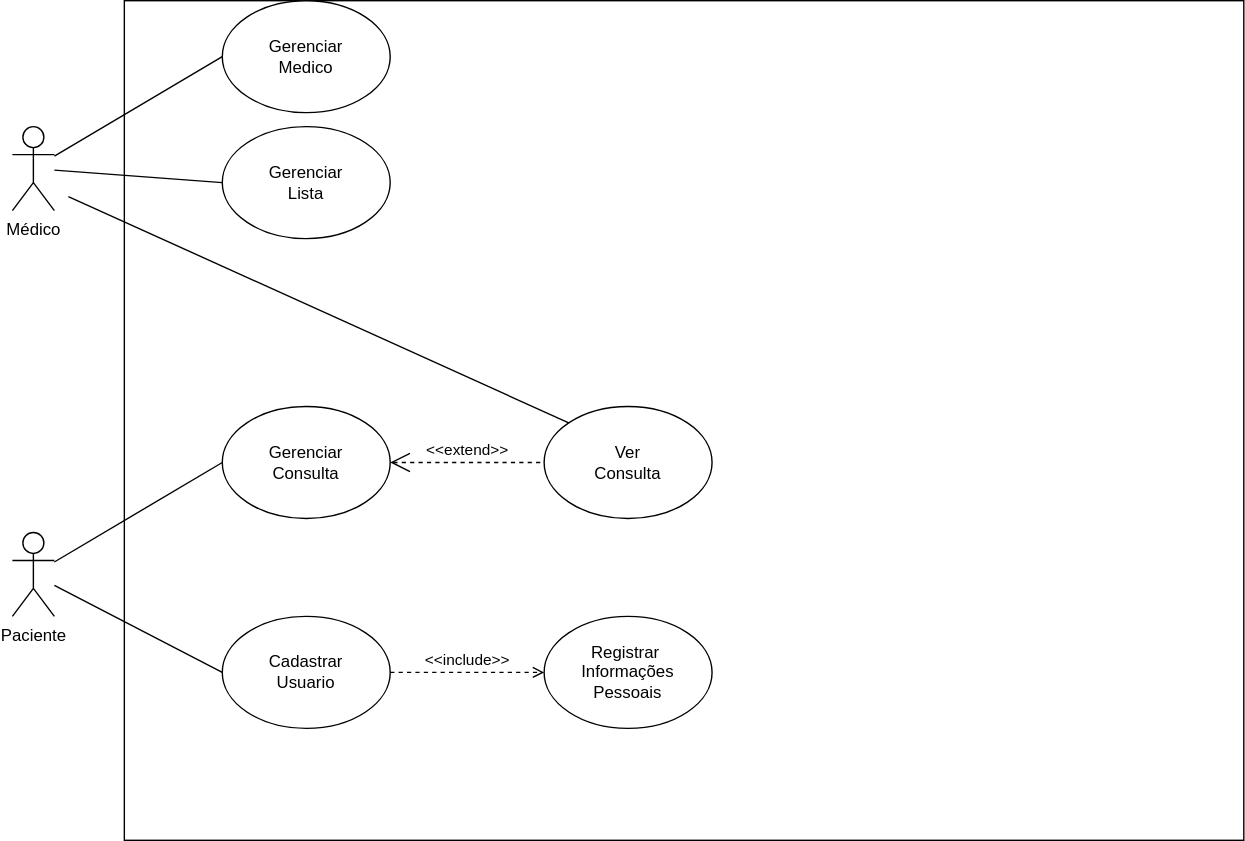
cassiovittori/Projeto_MPS keeps this draw.io diagram as Projeto_MPS/Diagramas/CasosDeUso.svg. Above is the earlier version. Source tidied: cells renumbered, new cells last; positions are measured from the earlier drawing's top-left corner, leaving out a move shared by most shapes. Its diagram source:
```xml
<mxGraphModel>
  <root>
    <mxCell id="0" />
    <mxCell id="1" parent="0" />
    <mxCell id="2" style="whiteSpace=wrap;html=1;" parent="1" vertex="1">
      <mxGeometry x="80" width="800" height="600" as="geometry" />
    </mxCell>
    <mxCell id="3" value="Médico" style="shape=umlActor;verticalLabelPosition=bottom;verticalAlign=top;html=1;outlineConnect=0;" parent="1" vertex="1">
      <mxGeometry y="90" width="30" height="60" as="geometry" />
    </mxCell>
    <mxCell id="4" value="Gerenciar&lt;div&gt;Medico&lt;/div&gt;" style="ellipse;whiteSpace=wrap;html=1;" parent="1" vertex="1">
      <mxGeometry x="150" width="120" height="80" as="geometry" />
    </mxCell>
    <mxCell id="5" style="endArrow=none;html=1;rounded=0;entryX=0;entryY=0.5;entryDx=0;entryDy=0;" parent="1" edge="1" source="3" target="4">
      <mxGeometry relative="1" as="geometry" />
    </mxCell>
    <mxCell id="6" value="&lt;div&gt;Paciente&lt;/div&gt;" style="shape=umlActor;verticalLabelPosition=bottom;verticalAlign=top;html=1;outlineConnect=0;" parent="1" vertex="1">
      <mxGeometry y="380" width="30" height="60" as="geometry" />
    </mxCell>
    <mxCell id="7" value="Cadastrar&lt;div&gt;Usuario&lt;/div&gt;" style="ellipse;whiteSpace=wrap;html=1;" parent="1" vertex="1">
      <mxGeometry x="150" y="440" width="120" height="80" as="geometry" />
    </mxCell>
    <mxCell id="8" style="endArrow=none;html=1;rounded=0;entryX=0;entryY=0.5;entryDx=0;entryDy=0;" parent="1" edge="1" source="6" target="7">
      <mxGeometry relative="1" as="geometry" />
    </mxCell>
    <mxCell id="9" value="Gerenciar&lt;div&gt;Lista&lt;/div&gt;" style="ellipse;whiteSpace=wrap;html=1;" parent="1" vertex="1">
      <mxGeometry x="150" y="90" width="120" height="80" as="geometry" />
    </mxCell>
    <mxCell id="10" value="Registrar&amp;nbsp;&lt;div&gt;Informações&lt;/div&gt;&lt;div&gt;Pessoais&lt;/div&gt;" style="ellipse;whiteSpace=wrap;html=1;" parent="1" vertex="1">
      <mxGeometry x="380" y="440" width="120" height="80" as="geometry" />
    </mxCell>
    <mxCell id="11" value="Gerenciar&lt;div&gt;Consulta&lt;/div&gt;" style="ellipse;whiteSpace=wrap;html=1;" parent="1" vertex="1">
      <mxGeometry x="150" y="290" width="120" height="80" as="geometry" />
    </mxCell>
    <mxCell id="12" style="endArrow=none;html=1;rounded=0;entryX=0;entryY=0.5;entryDx=0;entryDy=0;" parent="1" edge="1" source="6" target="11">
      <mxGeometry relative="1" as="geometry" />
    </mxCell>
    <mxCell id="13" style="endArrow=none;html=1;rounded=0;entryX=0;entryY=0.5;entryDx=0;entryDy=0;" parent="1" edge="1" source="3" target="9">
      <mxGeometry relative="1" as="geometry" />
    </mxCell>
    <mxCell id="14" value="&amp;lt;&amp;lt;include&amp;gt;&amp;gt;" style="html=1;verticalAlign=bottom;labelBackgroundColor=none;endArrow=open;endFill=0;dashed=1;rounded=0;exitX=1;exitY=0.5;exitDx=0;exitDy=0;entryX=0;entryY=0.5;entryDx=0;entryDy=0;" parent="1" edge="1" source="7" target="10">
      <mxGeometry relative="1" as="geometry" />
    </mxCell>
    <mxCell id="15" value="Ver&lt;div&gt;Consulta&lt;/div&gt;" style="ellipse;whiteSpace=wrap;html=1;" parent="1" vertex="1">
      <mxGeometry x="380" y="290" width="120" height="80" as="geometry" />
    </mxCell>
    <mxCell id="16" value="&amp;lt;&amp;lt;extend&amp;gt;&amp;gt;" style="edgeStyle=none;html=1;startArrow=open;endArrow=none;startSize=12;verticalAlign=bottom;dashed=1;labelBackgroundColor=none;rounded=0;" parent="1" edge="1">
      <mxGeometry relative="1" as="geometry">
        <mxPoint x="270" y="330" as="sourcePoint" />
        <mxPoint x="380" y="330" as="targetPoint" />
      </mxGeometry>
    </mxCell>
    <mxCell id="17" style="endArrow=none;html=1;rounded=0;entryX=0;entryY=0;entryDx=0;entryDy=0;" parent="1" edge="1" target="15">
      <mxGeometry relative="1" as="geometry">
        <mxPoint x="40" y="140" as="sourcePoint" />
      </mxGeometry>
    </mxCell>
  </root>
</mxGraphModel>
```
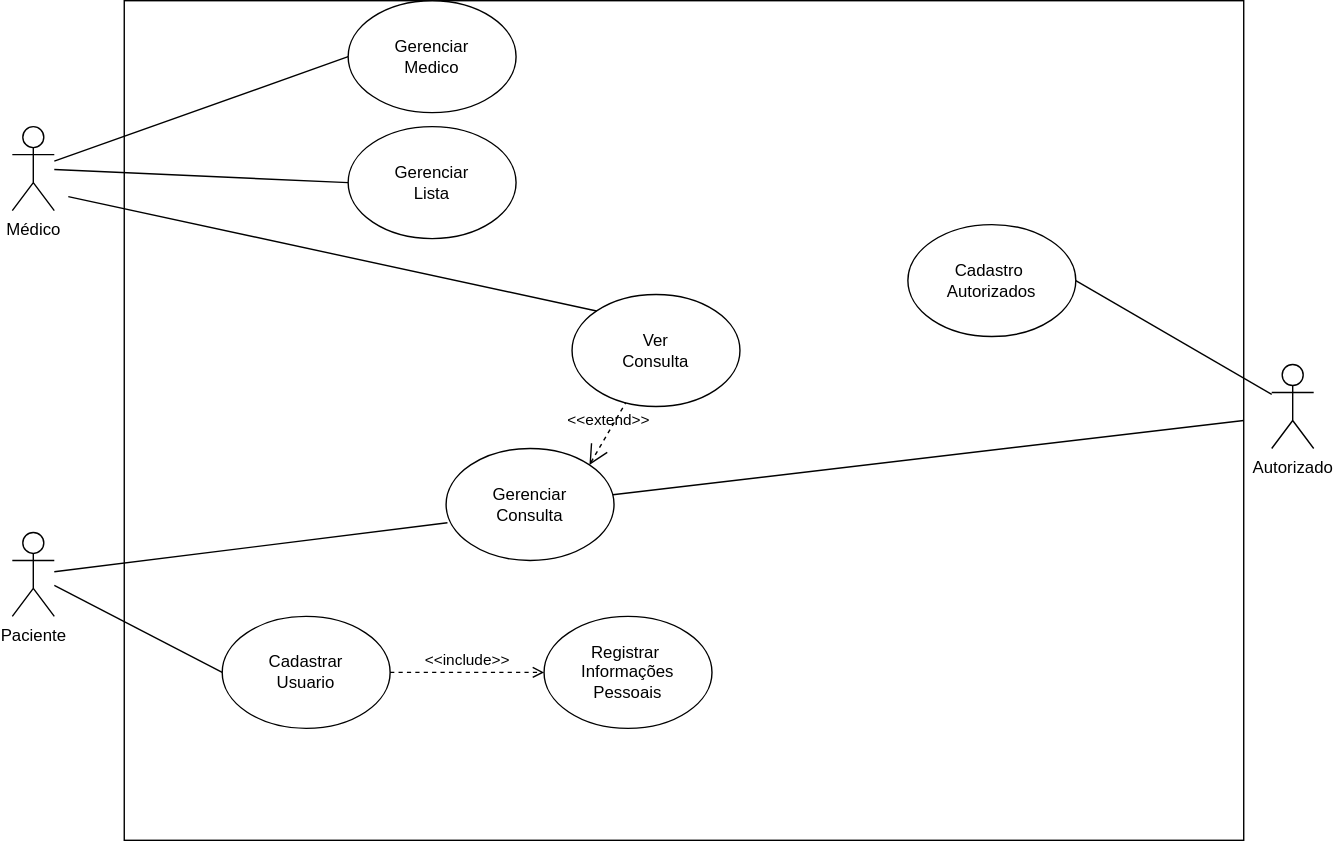
Above is the later version.

Diff of the diagram source:
```diff
@@ -9,7 +9,7 @@
       <mxGeometry y="90" width="30" height="60" as="geometry" />
     </mxCell>
     <mxCell id="4" value="Gerenciar&lt;div&gt;Medico&lt;/div&gt;" style="ellipse;whiteSpace=wrap;html=1;" parent="1" vertex="1">
-      <mxGeometry x="150" width="120" height="80" as="geometry" />
+      <mxGeometry x="240" width="120" height="80" as="geometry" />
     </mxCell>
     <mxCell id="5" style="endArrow=none;html=1;rounded=0;entryX=0;entryY=0.5;entryDx=0;entryDy=0;" parent="1" edge="1" source="3" target="4">
       <mxGeometry relative="1" as="geometry" />
@@ -24,15 +24,15 @@
       <mxGeometry relative="1" as="geometry" />
     </mxCell>
     <mxCell id="9" value="Gerenciar&lt;div&gt;Lista&lt;/div&gt;" style="ellipse;whiteSpace=wrap;html=1;" parent="1" vertex="1">
-      <mxGeometry x="150" y="90" width="120" height="80" as="geometry" />
+      <mxGeometry x="240" y="90" width="120" height="80" as="geometry" />
     </mxCell>
     <mxCell id="10" value="Registrar&amp;nbsp;&lt;div&gt;Informações&lt;/div&gt;&lt;div&gt;Pessoais&lt;/div&gt;" style="ellipse;whiteSpace=wrap;html=1;" parent="1" vertex="1">
       <mxGeometry x="380" y="440" width="120" height="80" as="geometry" />
     </mxCell>
     <mxCell id="11" value="Gerenciar&lt;div&gt;Consulta&lt;/div&gt;" style="ellipse;whiteSpace=wrap;html=1;" parent="1" vertex="1">
-      <mxGeometry x="150" y="290" width="120" height="80" as="geometry" />
+      <mxGeometry x="310" y="320" width="120" height="80" as="geometry" />
     </mxCell>
-    <mxCell id="12" style="endArrow=none;html=1;rounded=0;entryX=0;entryY=0.5;entryDx=0;entryDy=0;" parent="1" edge="1" source="6" target="11">
+    <mxCell id="12" style="endArrow=none;html=1;rounded=0;entryX=0.008;entryY=0.663;entryDx=0;entryDy=0;entryPerimeter=0;" parent="1" edge="1" source="6" target="11">
       <mxGeometry relative="1" as="geometry" />
     </mxCell>
     <mxCell id="13" style="endArrow=none;html=1;rounded=0;entryX=0;entryY=0.5;entryDx=0;entryDy=0;" parent="1" edge="1" source="3" target="9">
@@ -42,18 +42,27 @@
       <mxGeometry relative="1" as="geometry" />
     </mxCell>
     <mxCell id="15" value="Ver&lt;div&gt;Consulta&lt;/div&gt;" style="ellipse;whiteSpace=wrap;html=1;" parent="1" vertex="1">
-      <mxGeometry x="380" y="290" width="120" height="80" as="geometry" />
+      <mxGeometry x="400" y="210" width="120" height="80" as="geometry" />
     </mxCell>
-    <mxCell id="16" value="&amp;lt;&amp;lt;extend&amp;gt;&amp;gt;" style="edgeStyle=none;html=1;startArrow=open;endArrow=none;startSize=12;verticalAlign=bottom;dashed=1;labelBackgroundColor=none;rounded=0;" parent="1" edge="1">
-      <mxGeometry relative="1" as="geometry">
-        <mxPoint x="270" y="330" as="sourcePoint" />
-        <mxPoint x="380" y="330" as="targetPoint" />
-      </mxGeometry>
+    <mxCell id="16" value="&amp;lt;&amp;lt;extend&amp;gt;&amp;gt;" style="edgeStyle=none;html=1;startArrow=open;endArrow=none;startSize=12;verticalAlign=bottom;dashed=1;labelBackgroundColor=none;rounded=0;exitX=1;exitY=0;exitDx=0;exitDy=0;" parent="1" edge="1" source="11" target="15">
+      <mxGeometry relative="1" as="geometry" />
     </mxCell>
     <mxCell id="17" style="endArrow=none;html=1;rounded=0;entryX=0;entryY=0;entryDx=0;entryDy=0;" parent="1" edge="1" target="15">
       <mxGeometry relative="1" as="geometry">
         <mxPoint x="40" y="140" as="sourcePoint" />
       </mxGeometry>
     </mxCell>
+    <mxCell id="18" value="Autorizado" style="shape=umlActor;verticalLabelPosition=bottom;verticalAlign=top;html=1;outlineConnect=0;" parent="1" vertex="1">
+      <mxGeometry x="900" y="260" width="30" height="60" as="geometry" />
+    </mxCell>
+    <mxCell id="19" value="Cadastro&amp;nbsp;&lt;div&gt;Autorizados&lt;/div&gt;" style="ellipse;whiteSpace=wrap;html=1;" parent="1" vertex="1">
+      <mxGeometry x="640" y="160" width="120" height="80" as="geometry" />
+    </mxCell>
+    <mxCell id="20" style="endArrow=none;html=1;rounded=0;exitX=1;exitY=0.5;exitDx=0;exitDy=0;" parent="1" edge="1" source="19" target="18">
+      <mxGeometry relative="1" as="geometry" />
+    </mxCell>
+    <mxCell id="21" style="endArrow=none;html=1;rounded=0;entryX=1;entryY=0.5;entryDx=0;entryDy=0;" parent="1" edge="1" source="11" target="2">
+      <mxGeometry relative="1" as="geometry" />
+    </mxCell>
   </root>
 </mxGraphModel>
```
